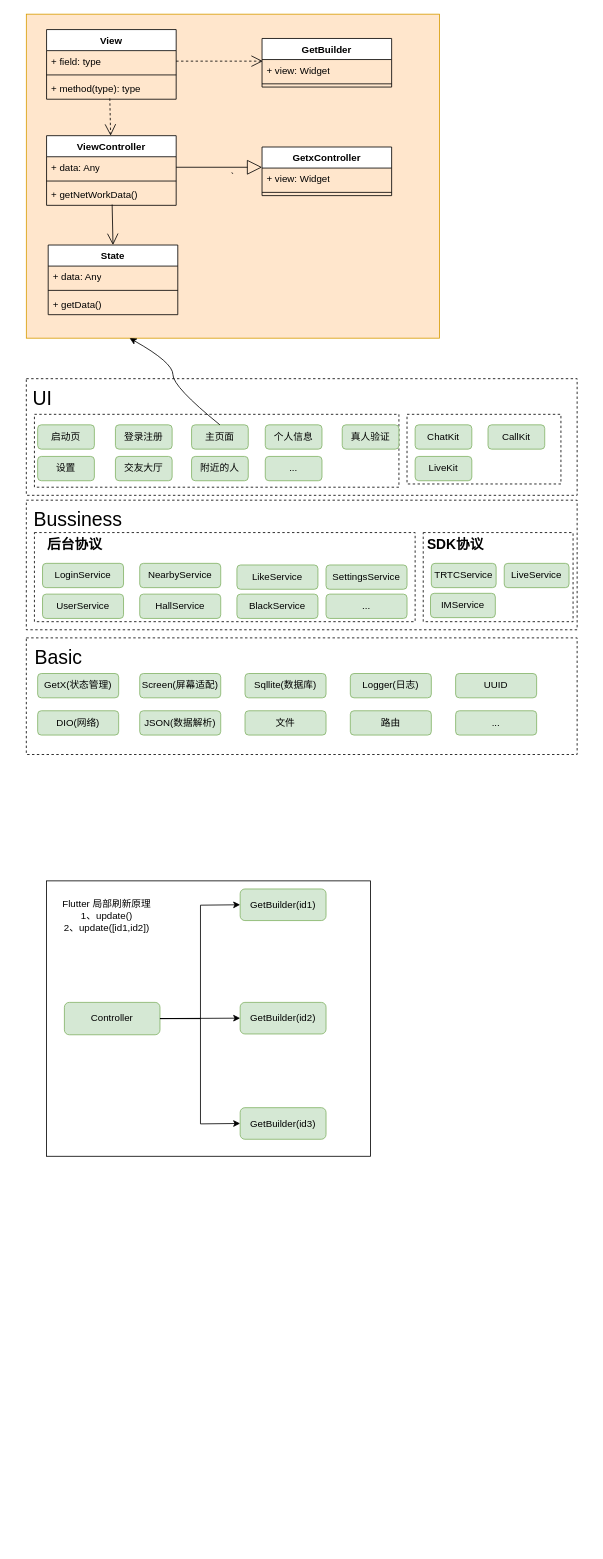
The draw.io diagram diagrams/1v1demo.drawio in paopaosecret/resources, before the edit. Source tidied: cells renumbered, new cells numbered last; positions are measured from the earlier drawing's top-left corner, leaving out a move shared by most shapes. Both pictures are drawn from the tidied source at 81%, with x=0, y=0 at pixel (14, 14).
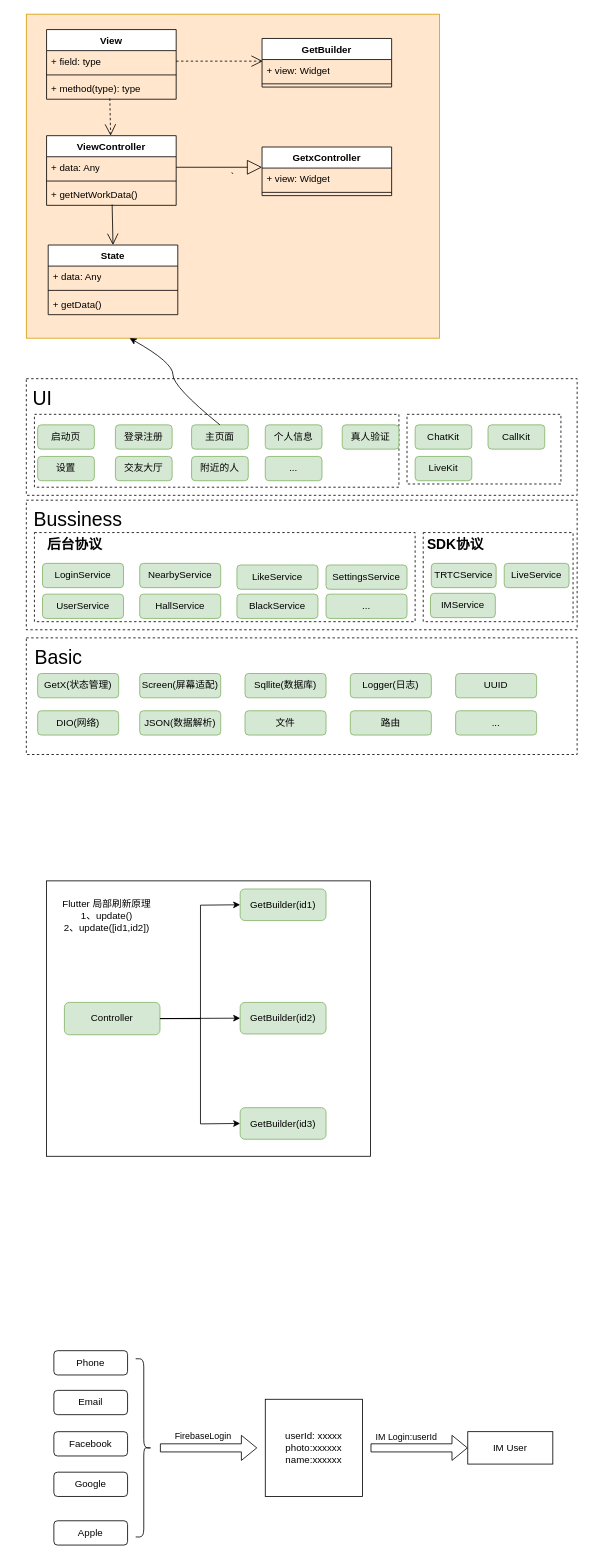
After the change.

Change to the diagram source:
```diff
@@
+    <mxCell id="81" value="Phone" style="rounded=1;whiteSpace=wrap;html=1;" parent="1" vertex="1">
+      <mxGeometry x="49" y="1650" width="91" height="30" as="geometry" />
+    </mxCell>
+    <mxCell id="82" value="Email" style="rounded=1;whiteSpace=wrap;html=1;" parent="1" vertex="1">
+      <mxGeometry x="49" y="1699" width="91" height="30" as="geometry" />
+    </mxCell>
+    <mxCell id="83" value="Facebook" style="rounded=1;whiteSpace=wrap;html=1;" parent="1" vertex="1">
+      <mxGeometry x="49" y="1750" width="91" height="30" as="geometry" />
+    </mxCell>
+    <mxCell id="84" value="Google" style="rounded=1;whiteSpace=wrap;html=1;" parent="1" vertex="1">
+      <mxGeometry x="49" y="1800" width="91" height="30" as="geometry" />
+    </mxCell>
+    <mxCell id="85" value="Apple" style="rounded=1;whiteSpace=wrap;html=1;" parent="1" vertex="1">
+      <mxGeometry x="49" y="1860" width="91" height="30" as="geometry" />
+    </mxCell>
+    <mxCell id="86" style="shape=curlyBracket;whiteSpace=wrap;html=1;rounded=1;flipH=1;labelPosition=right;verticalLabelPosition=middle;align=left;verticalAlign=middle;" parent="1" vertex="1">
+      <mxGeometry x="150" y="1660" width="20" height="220" as="geometry" />
+    </mxCell>
+    <mxCell id="87" style="shape=flexArrow;endArrow=classic;html=1;rounded=0;" parent="1" edge="1">
+      <mxGeometry relative="1" as="geometry">
+        <mxPoint x="180" y="1770" as="sourcePoint" />
+        <mxPoint x="300" y="1770" as="targetPoint" />
+      </mxGeometry>
+    </mxCell>
+    <mxCell id="88" value="FirebaseLogin" style="edgeLabel;html=1;align=center;verticalAlign=middle;" parent="87" vertex="1">
+      <mxGeometry x="-0.05" y="-2" relative="1" as="geometry">
+        <mxPoint x="-5" y="-17" as="offset" />
+      </mxGeometry>
+    </mxCell>
+    <mxCell id="89" value="userId: xxxxx&lt;br&gt;photo:xxxxxx&lt;br&gt;name:xxxxxx" style="rounded=0;whiteSpace=wrap;html=1;" parent="1" vertex="1">
+      <mxGeometry x="310" y="1710" width="120" height="120" as="geometry" />
+    </mxCell>
+    <mxCell id="90" style="shape=flexArrow;endArrow=classic;html=1;rounded=0;entryX=0;entryY=0.5;entryDx=0;entryDy=0;" parent="1" edge="1" target="92">
+      <mxGeometry relative="1" as="geometry">
+        <mxPoint x="440" y="1770" as="sourcePoint" />
+      </mxGeometry>
+    </mxCell>
+    <mxCell id="91" value="IM Login:userId" style="edgeLabel;html=1;align=center;verticalAlign=middle;" parent="90" vertex="1">
+      <mxGeometry x="-0.41" y="-1" relative="1" as="geometry">
+        <mxPoint x="8" y="-15" as="offset" />
+      </mxGeometry>
+    </mxCell>
+    <mxCell id="92" value="IM User" style="rounded=0;whiteSpace=wrap;html=1;" parent="1" vertex="1">
+      <mxGeometry x="560" y="1750" width="105" height="40" as="geometry" />
+    </mxCell>
```
